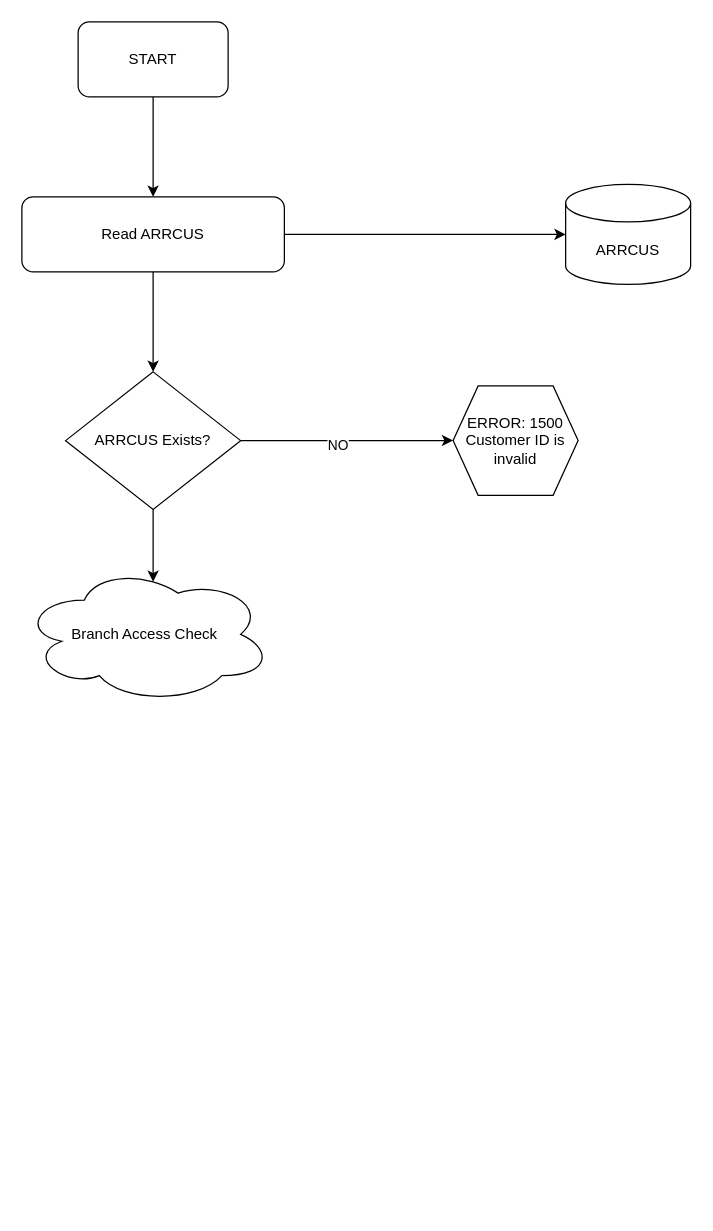
Earlier version of the draw.io diagram Get_Customer_Info.drawio (eme-invera/Customer_Maintenance). Source tidied: cells renumbered, new cells numbered last; positions are measured from the earlier drawing's top-left corner, leaving out a move shared by most shapes. Both pictures are drawn from the tidied source at 125%, with x=0, y=0 at pixel (21, 21).
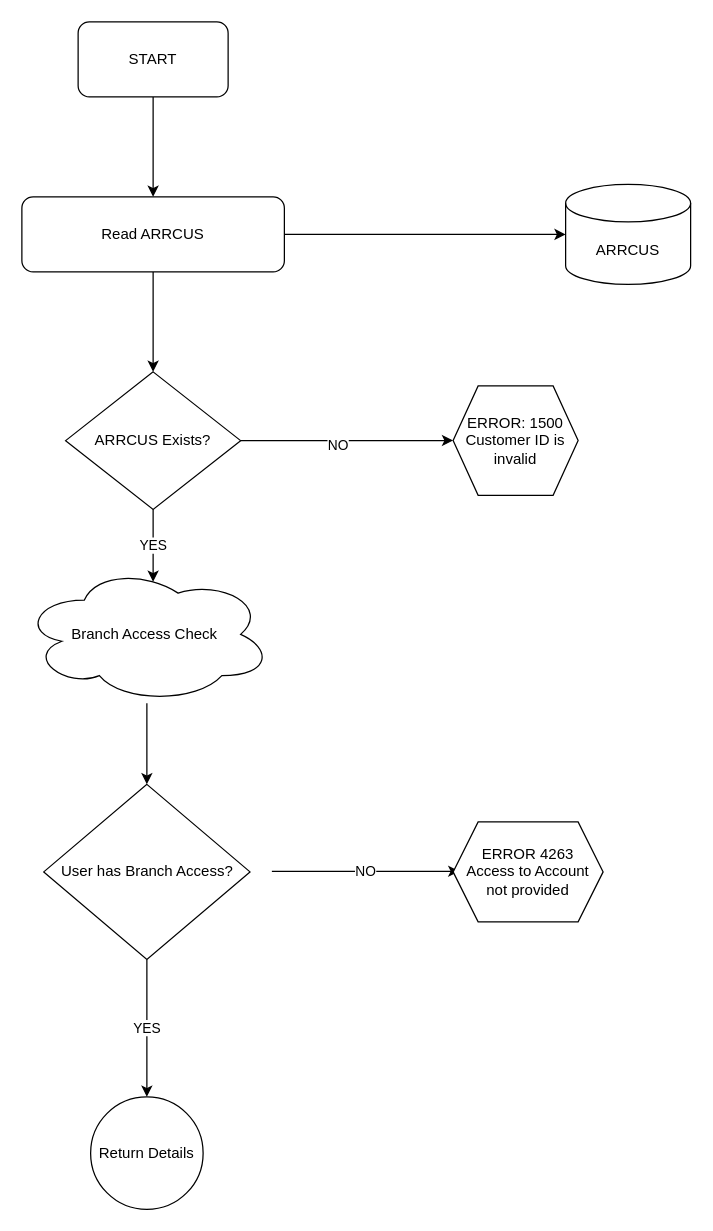
The same diagram, later.

The change refers to these unchanged cells:
```xml
<mxCell id="10" value="ARRCUS Exists?" style="rhombus;whiteSpace=wrap;html=1;" parent="1" vertex="1">
  <mxGeometry x="35" y="280" width="140" height="110" as="geometry" />
</mxCell>
<mxCell id="12" value="Branch Access Check&amp;nbsp;" style="ellipse;shape=cloud;whiteSpace=wrap;html=1;" parent="1" vertex="1">
  <mxGeometry y="435" width="200" height="110" as="geometry" />
</mxCell>
```

Diff of the diagram source:
```diff
@@
+    <mxCell id="14" style="edgeStyle=orthogonalEdgeStyle;rounded=0;jettySize=auto;html=1;" parent="1" edge="1" source="12" target="17">
+      <mxGeometry relative="1" as="geometry" />
+    </mxCell>
@@
-    <mxCell id="13" style="edgeStyle=orthogonalEdgeStyle;rounded=0;jettySize=auto;html=1;exitX=0.5;exitY=1;exitDx=0;exitDy=0;entryX=0.525;entryY=0.118;entryDx=0;entryDy=0;entryPerimeter=0;" parent="1" edge="1" source="10" target="12">
+    <mxCell id="13" value="YES" style="edgeStyle=orthogonalEdgeStyle;rounded=0;jettySize=auto;html=1;exitX=0.5;exitY=1;exitDx=0;exitDy=0;entryX=0.525;entryY=0.118;entryDx=0;entryDy=0;entryPerimeter=0;" parent="1" edge="1" source="10" target="12">
       <mxGeometry relative="1" as="geometry" />
     </mxCell>
+    <mxCell id="15" value="NO" style="edgeStyle=orthogonalEdgeStyle;rounded=0;orthogonalLoop=1;jettySize=auto;html=1;exitX=1;exitY=0.5;exitDx=0;exitDy=0;entryX=0;entryY=0.5;entryDx=0;entryDy=0;" parent="1" edge="1">
+      <mxGeometry relative="1" as="geometry">
+        <mxPoint x="200" y="679.5" as="sourcePoint" />
+        <mxPoint x="350" y="679.5" as="targetPoint" />
+      </mxGeometry>
+    </mxCell>
+    <mxCell id="16" value="YES" style="edgeStyle=orthogonalEdgeStyle;rounded=0;jettySize=auto;html=1;" parent="1" edge="1" source="17" target="19">
+      <mxGeometry relative="1" as="geometry" />
+    </mxCell>
+    <mxCell id="17" value="User has Branch Access?" style="rhombus;whiteSpace=wrap;html=1;" parent="1" vertex="1">
+      <mxGeometry x="17.5" y="610" width="165" height="140" as="geometry" />
+    </mxCell>
+    <mxCell id="18" value="ERROR 4263&lt;br&gt;Access to Account not provided" style="shape=hexagon;perimeter=hexagonPerimeter2;whiteSpace=wrap;html=1;fixedSize=1;" parent="1" vertex="1">
+      <mxGeometry x="345" y="640" width="120" height="80" as="geometry" />
+    </mxCell>
+    <mxCell id="19" value="Return Details" style="ellipse;whiteSpace=wrap;html=1;" parent="1" vertex="1">
+      <mxGeometry x="55" y="860" width="90" height="90" as="geometry" />
+    </mxCell>
```
